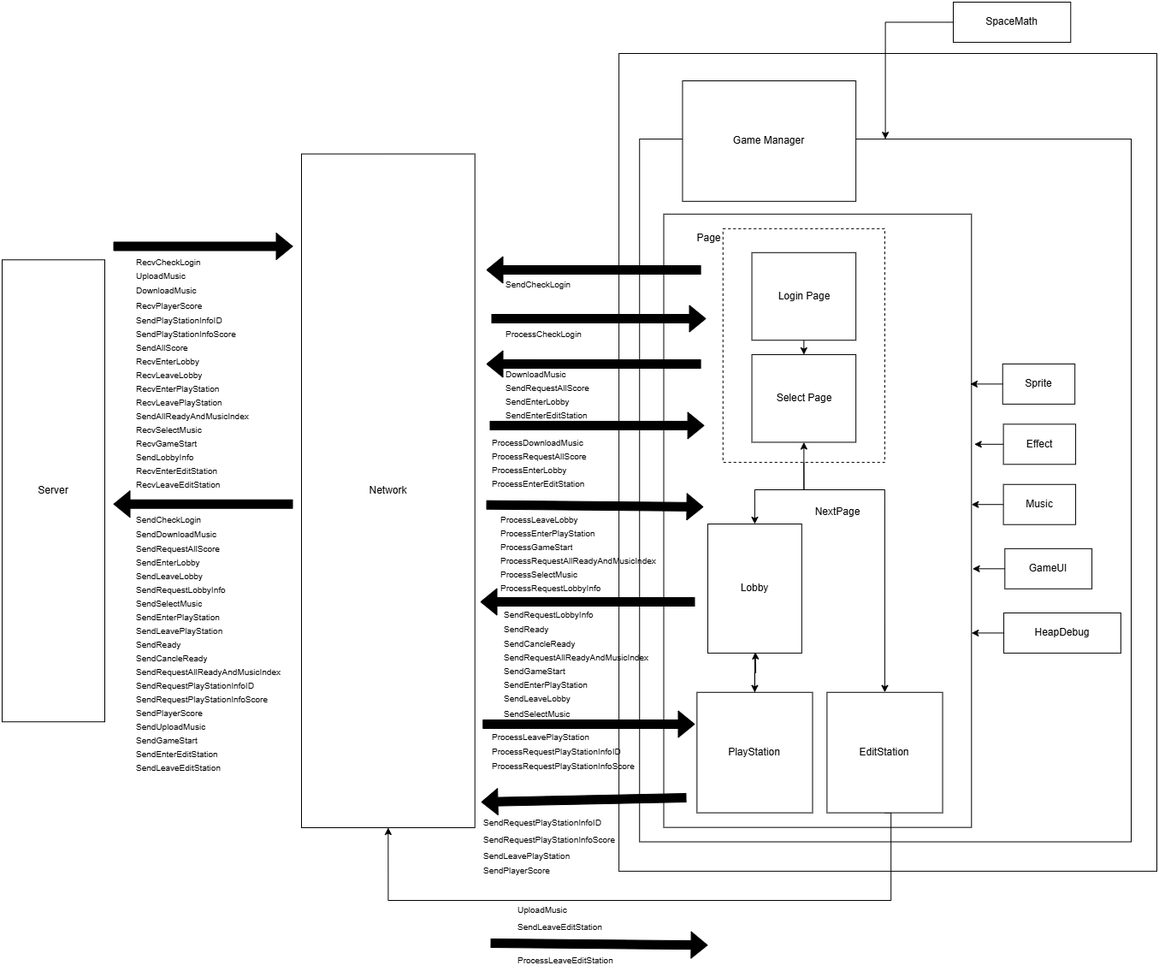
rmrgns/NetGameTeamProject keeps this draw.io diagram as drawio/HLD2.drawio (1).png. Above is the earlier version. Source tidied: cells renumbered, new cells last; positions are measured from the earlier drawing's top-left corner, leaving out a move shared by most shapes.
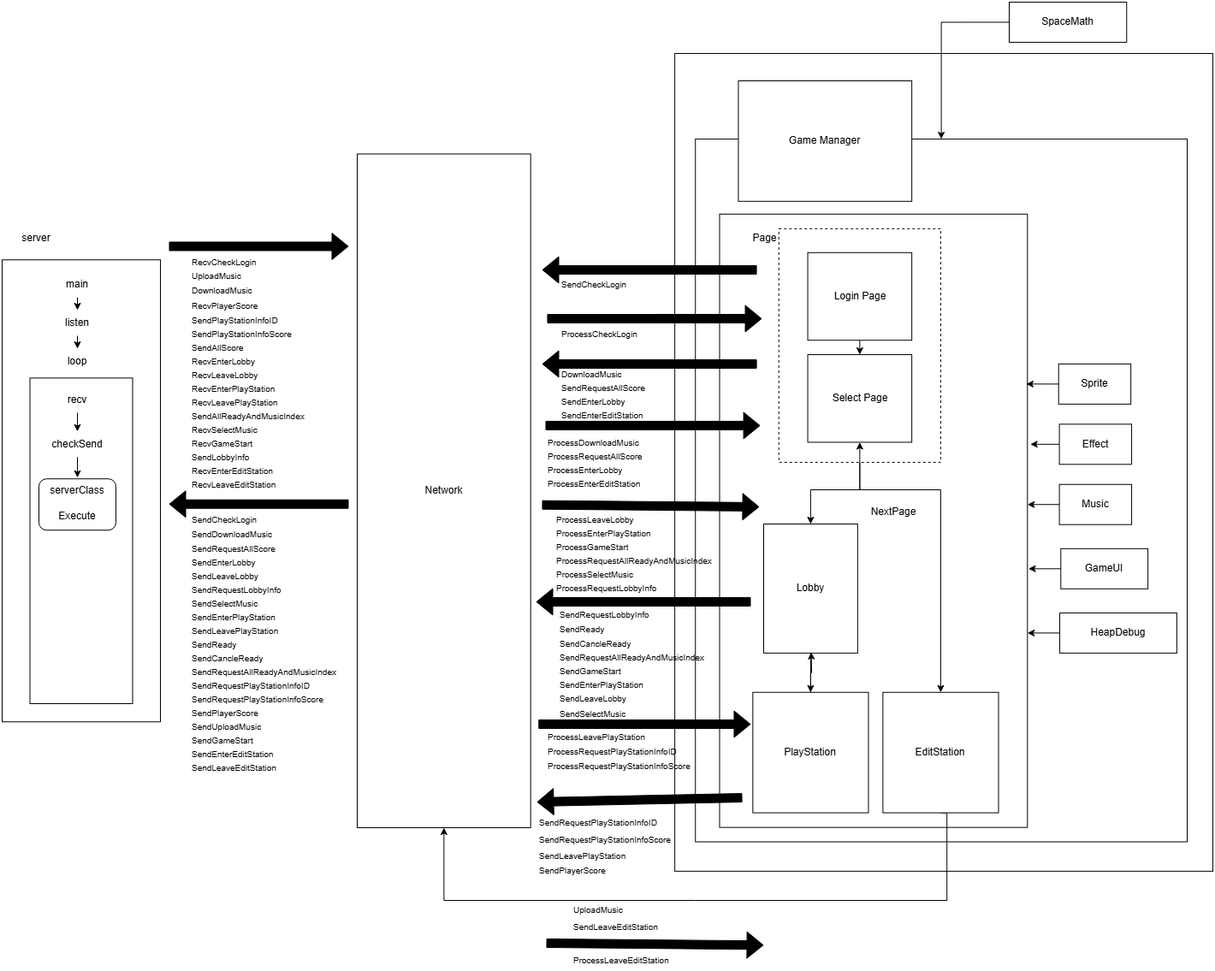
The same file after the commit.

What changed in the source:
```diff
@@ -126,8 +126,8 @@
     <mxCell id="34" value="NextPage" style="text;html=1;align=center;verticalAlign=middle;whiteSpace=wrap;rounded=0;" parent="1" vertex="1">
       <mxGeometry x="947.5" y="580.7" width="60" height="30" as="geometry" />
     </mxCell>
-    <mxCell id="35" value="Server" style="rounded=0;whiteSpace=wrap;html=1;" parent="1" vertex="1">
-      <mxGeometry y="301.2" width="120" height="540" as="geometry" />
+    <mxCell id="35" style="rounded=0;whiteSpace=wrap;html=1;" parent="1" vertex="1">
+      <mxGeometry x="-65" y="301.2" width="185" height="540" as="geometry" />
     </mxCell>
     <mxCell id="36" style="shape=table;startSize=0;fontSize=11;fillColor=none;strokeColor=none;" parent="1" vertex="1">
       <mxGeometry x="556" y="949" width="204" height="74" as="geometry" />
@@ -648,5 +648,47 @@
     <mxCell id="197" value="ProcessLeaveEditStation" style="shape=partialRectangle;html=1;whiteSpace=wrap;strokeColor=inherit;overflow=hidden;fillColor=none;top=0;left=0;bottom=0;right=0;fontSize=10;align=left;spacingLeft=5;" parent="196" vertex="1">
       <mxGeometry width="204" height="20" as="geometry" />
     </mxCell>
+    <mxCell id="198" style="edgeStyle=orthogonalEdgeStyle;rounded=0;jettySize=auto;html=1;exitX=0.5;exitY=1;exitDx=0;exitDy=0;entryX=0.5;entryY=0;entryDx=0;entryDy=0;" parent="1" edge="1" source="199" target="201">
+      <mxGeometry relative="1" as="geometry" />
+    </mxCell>
+    <mxCell id="199" value="main" style="text;html=1;align=center;verticalAlign=middle;whiteSpace=wrap;rounded=0;" parent="1" vertex="1">
+      <mxGeometry x="-7" y="315.2" width="60" height="30" as="geometry" />
+    </mxCell>
+    <mxCell id="200" style="edgeStyle=orthogonalEdgeStyle;rounded=0;jettySize=auto;html=1;exitX=0.5;exitY=1;exitDx=0;exitDy=0;entryX=0.5;entryY=0;entryDx=0;entryDy=0;" parent="1" edge="1" source="201" target="202">
+      <mxGeometry relative="1" as="geometry" />
+    </mxCell>
+    <mxCell id="201" value="listen" style="text;html=1;align=center;verticalAlign=middle;whiteSpace=wrap;rounded=0;" parent="1" vertex="1">
+      <mxGeometry x="-7" y="360" width="60" height="30" as="geometry" />
+    </mxCell>
+    <mxCell id="202" value="loop" style="text;html=1;align=center;verticalAlign=middle;whiteSpace=wrap;rounded=0;" parent="1" vertex="1">
+      <mxGeometry x="-7" y="405" width="60" height="30" as="geometry" />
+    </mxCell>
+    <mxCell id="203" style="rounded=0;whiteSpace=wrap;html=1;" parent="1" vertex="1">
+      <mxGeometry x="-32.5" y="439.4" width="120" height="380.6" as="geometry" />
+    </mxCell>
+    <mxCell id="204" style="edgeStyle=orthogonalEdgeStyle;rounded=0;jettySize=auto;html=1;exitX=0.5;exitY=1;exitDx=0;exitDy=0;entryX=0.5;entryY=0;entryDx=0;entryDy=0;" parent="1" edge="1" source="205" target="207">
+      <mxGeometry relative="1" as="geometry" />
+    </mxCell>
+    <mxCell id="205" value="recv" style="text;html=1;align=center;verticalAlign=middle;whiteSpace=wrap;rounded=0;" parent="1" vertex="1">
+      <mxGeometry x="-7" y="450" width="60" height="30" as="geometry" />
+    </mxCell>
+    <mxCell id="206" style="edgeStyle=orthogonalEdgeStyle;rounded=0;jettySize=auto;html=1;exitX=0.5;exitY=1;exitDx=0;exitDy=0;entryX=0.5;entryY=0;entryDx=0;entryDy=0;" parent="1" edge="1" source="207" target="209">
+      <mxGeometry relative="1" as="geometry" />
+    </mxCell>
+    <mxCell id="207" value="checkSend" style="text;html=1;align=center;verticalAlign=middle;whiteSpace=wrap;rounded=0;" parent="1" vertex="1">
+      <mxGeometry x="-27" y="501.8" width="100" height="30" as="geometry" />
+    </mxCell>
+    <mxCell id="208" style="rounded=1;whiteSpace=wrap;html=1;" parent="1" vertex="1">
+      <mxGeometry x="-22" y="557.2" width="90" height="60" as="geometry" />
+    </mxCell>
+    <mxCell id="209" value="serverClass" style="text;html=1;align=center;verticalAlign=middle;whiteSpace=wrap;rounded=0;" parent="1" vertex="1">
+      <mxGeometry x="-17" y="555.8" width="80" height="30" as="geometry" />
+    </mxCell>
+    <mxCell id="210" value="server" style="text;html=1;align=center;verticalAlign=middle;whiteSpace=wrap;rounded=0;" parent="1" vertex="1">
+      <mxGeometry x="-55" y="260.6" width="60" height="30" as="geometry" />
+    </mxCell>
+    <mxCell id="211" value="Execute" style="text;html=1;align=center;verticalAlign=middle;whiteSpace=wrap;rounded=0;" parent="1" vertex="1">
+      <mxGeometry x="-7" y="585.8" width="60" height="30" as="geometry" />
+    </mxCell>
   </root>
 </mxGraphModel>
```
